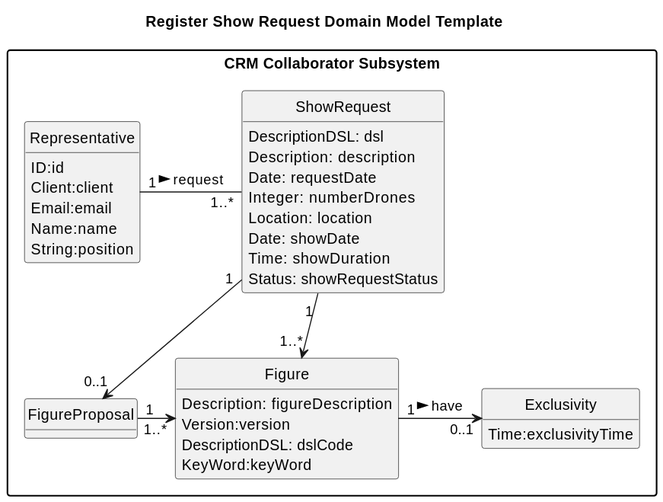
Above: docs/planning/sprint2/EAPLI/US230 -  Register Show request/02.analysis/puml/us230-domain-model-Register_Show_Request_Domain_Model_Template.svg in SAEmanuel/Shodrone_ISEP (PlantUML), before the change. The source it was exported from:
```plantuml
@startuml
skinparam monochrome true
skinparam packageStyle rectangle
skinparam shadowing false

title Register Show Request Domain Model Template

hide circles
hide methods

package "CRM Collaborator Subsystem" {

    class Representative {
    ID:id
    Client:client
    Email:email
    Name:name
    String:position
    }

    class ShowRequest {
        DescriptionDSL: dsl
        Description: description
        Date: requestDate
        Integer: numberDrones
        Location: location
        Date: showDate
        Time: showDuration
        Status: showRequestStatus
    }

    class FigureProposal {
    }

    class Figure {
       Description: figureDescription
       Version:version
       DescriptionDSL: dslCode
       KeyWord:keyWord
    }

    class Exclusivity {
        Time:exclusivityTime
    }

    Representative "1" - "1..*" ShowRequest : request >
    ShowRequest "1 " -> "1..*" Figure
    ShowRequest "1" --> "0..1" FigureProposal
    FigureProposal "1   " -> "  1..*" Figure
    Figure "1" -> "0..1" Exclusivity : have >

}
@enduml
```
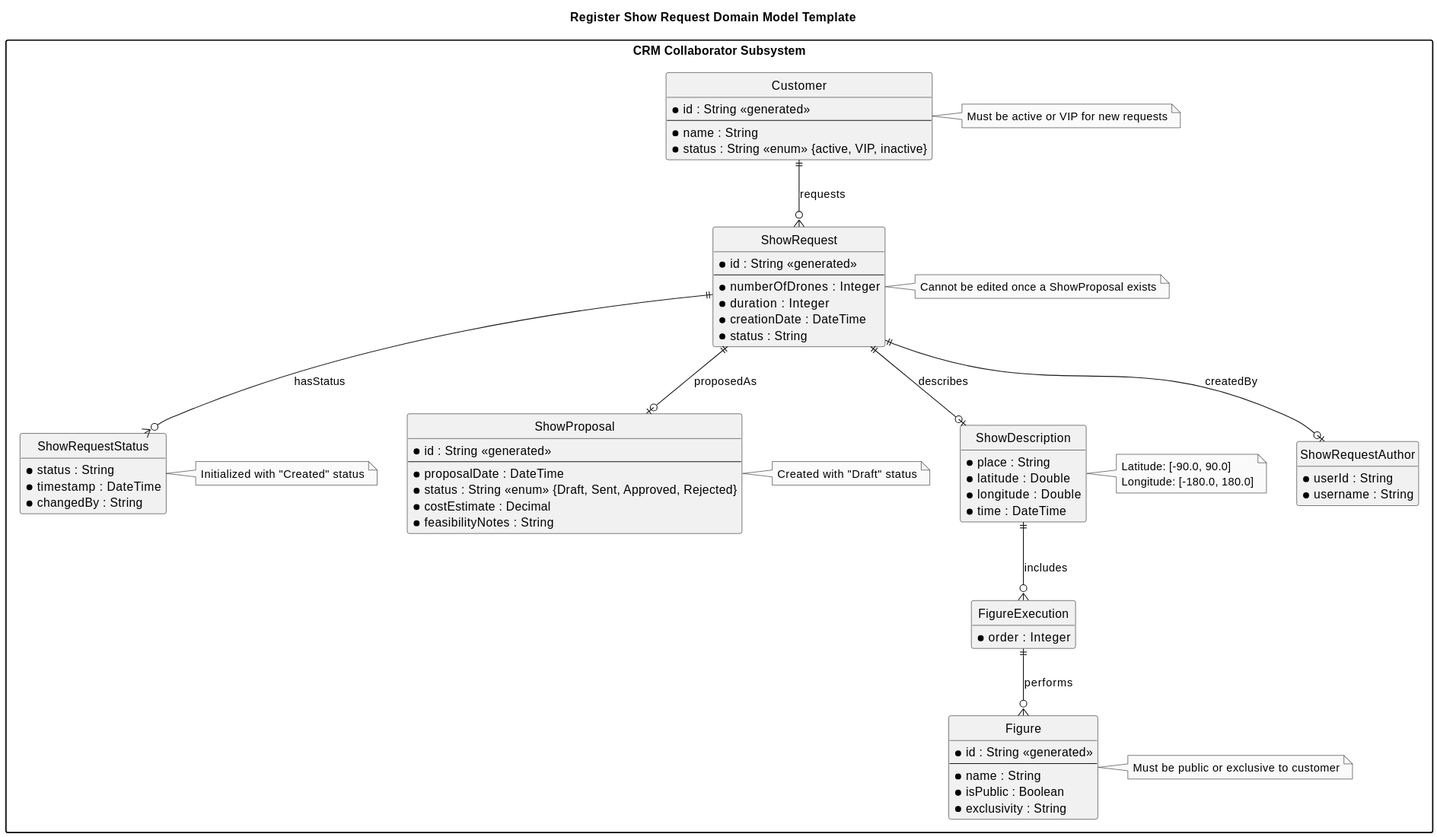
After the commit.

Commit message:
[US235 - Design - Issue #1/#4/#13] Design US235 sequence diagram updated with all steps for implementation

Change to the diagram source:
```diff
@@ -10,44 +10,75 @@
 
 package "CRM Collaborator Subsystem" {
 
-    class Representative {
-    ID:id
-    Client:client
-    Email:email
-    Name:name
-    String:position
+    entity "Customer" as Customer {
+      * id : String <<generated>>
+      --
+      * name : String
+      * status : String <<enum>> {active, VIP, inactive}
     }
 
-    class ShowRequest {
-        DescriptionDSL: dsl
-        Description: description
-        Date: requestDate
-        Integer: numberDrones
-        Location: location
-        Date: showDate
-        Time: showDuration
-        Status: showRequestStatus
+    entity "ShowRequest" as ShowRequest {
+      * id : String <<generated>>
+      --
+      * numberOfDrones : Integer
+      * duration : Integer
+      * creationDate : DateTime
+      * status : String
     }
 
-    class FigureProposal {
+    entity "ShowProposal" as ShowProposal {
+      * id : String <<generated>>
+      --
+      * proposalDate : DateTime
+      * status : String <<enum>> {Draft, Sent, Approved, Rejected}
+      * costEstimate : Decimal
+      * feasibilityNotes : String
     }
 
-    class Figure {
-       Description: figureDescription
-       Version:version
-       DescriptionDSL: dslCode
-       KeyWord:keyWord
+    entity "ShowDescription" as ShowDescription {
+      * place : String
+      * latitude : Double
+      * longitude : Double
+      * time : DateTime
     }
 
-    class Exclusivity {
-        Time:exclusivityTime
+    entity "FigureExecution" as FigureExecution {
+      * order : Integer
     }
 
-    Representative "1" - "1..*" ShowRequest : request >
-    ShowRequest "1 " -> "1..*" Figure
-    ShowRequest "1" --> "0..1" FigureProposal
-    FigureProposal "1   " -> "  1..*" Figure
-    Figure "1" -> "0..1" Exclusivity : have >
+    entity "Figure" as Figure {
+      * id : String <<generated>>
+      --
+      * name : String
+      * isPublic : Boolean
+      * exclusivity : String
+    }
+
+    entity "ShowRequestAuthor" as ShowRequestAuthor {
+      * userId : String
+      * username : String
+    }
+
+    entity "ShowRequestStatus" as ShowRequestStatus {
+      * status : String
+      * timestamp : DateTime
+      * changedBy : String
+    }
+
+    Customer ||--o{ ShowRequest : requests
+    ShowRequest ||--o| ShowDescription : describes
+    ShowDescription ||--o{ FigureExecution : includes
+    FigureExecution ||--o{ Figure : performs
+    ShowRequest ||--o| ShowRequestAuthor : createdBy
+    ShowRequest ||--o{ ShowRequestStatus : hasStatus
+    ShowRequest ||--o| ShowProposal : proposedAs
+
+    note right of Customer: Must be active or VIP for new requests
+    note right of Figure: Must be public or exclusive to customer
+    note right of ShowRequestStatus: Initialized with "Created" status
+    note right of ShowProposal: Created with "Draft" status
+    note right of ShowRequest: Cannot be edited once a ShowProposal exists
+    note right of ShowDescription: Latitude: [-90.0, 90.0]\nLongitude: [-180.0, 180.0]
 
 }
 @enduml
```
